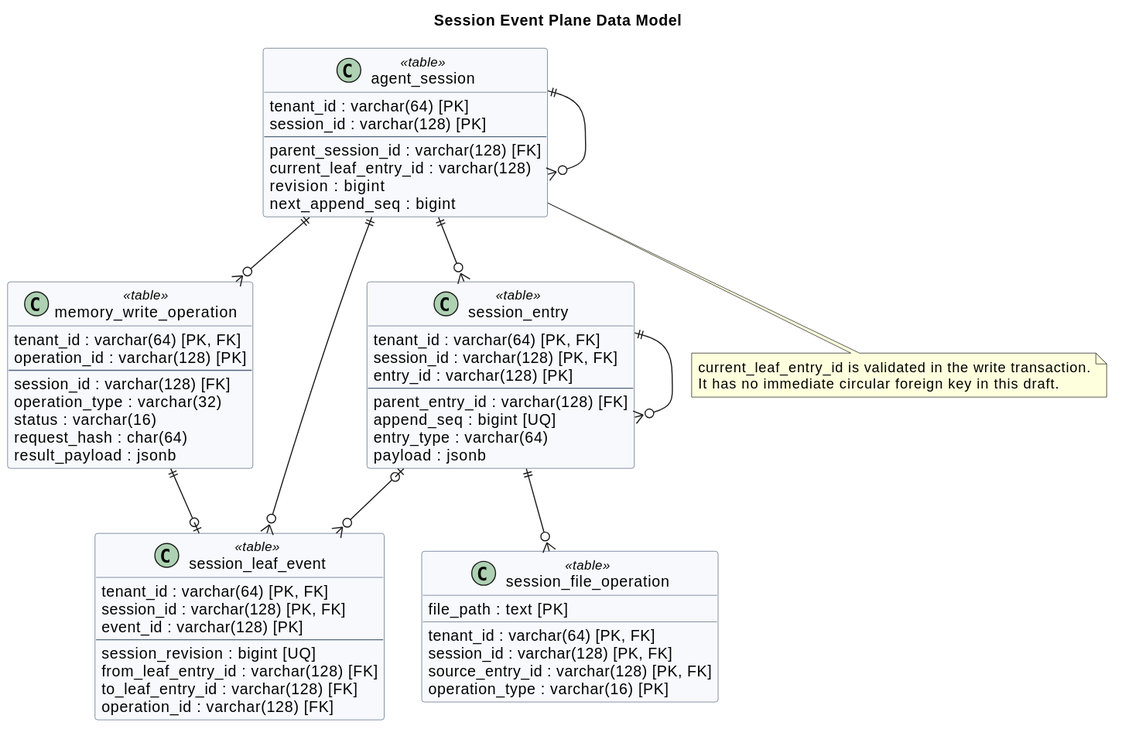
Earlier version of the PlantUML export diagrams/memory/memory-data-model.svg (superheromeZzh/pi-mono-java-design). Its diagram source:
```plantuml
@startuml
title Session Event Plane Data Model
top to bottom direction

skinparam backgroundColor #FFFFFF
skinparam shadowing false
skinparam classAttributeIconSize 0
skinparam classBorderColor #53657D
skinparam classBackgroundColor #F7F9FC


class "agent_session" as agent_session <<table>> {
  tenant_id : varchar(64) [PK]
  session_id : varchar(128) [PK]
  --
  parent_session_id : varchar(128) [FK]
  current_leaf_entry_id : varchar(128)
  revision : bigint
  next_append_seq : bigint
}

class "session_entry" as session_entry <<table>> {
  tenant_id : varchar(64) [PK, FK]
  session_id : varchar(128) [PK, FK]
  entry_id : varchar(128) [PK]
  --
  parent_entry_id : varchar(128) [FK]
  append_seq : bigint [UQ]
  entry_type : varchar(64)
  payload : jsonb
}

class "memory_write_operation" as memory_write_operation <<table>> {
  tenant_id : varchar(64) [PK, FK]
  operation_id : varchar(128) [PK]
  --
  session_id : varchar(128) [FK]
  operation_type : varchar(32)
  status : varchar(16)
  request_hash : char(64)
  result_payload : jsonb
}

class "session_leaf_event" as session_leaf_event <<table>> {
  tenant_id : varchar(64) [PK, FK]
  session_id : varchar(128) [PK, FK]
  event_id : varchar(128) [PK]
  --
  session_revision : bigint [UQ]
  from_leaf_entry_id : varchar(128) [FK]
  to_leaf_entry_id : varchar(128) [FK]
  operation_id : varchar(128) [FK]
}

class "session_file_operation" as session_file_operation <<table>> {
  tenant_id : varchar(64) [PK, FK]
  session_id : varchar(128) [PK, FK]
  source_entry_id : varchar(128) [PK, FK]
  operation_type : varchar(16) [PK]
  file_path : text [PK]
}

agent_session ||--o{ agent_session
agent_session ||--o{ session_entry
session_entry ||--o{ session_entry
agent_session ||--o{ memory_write_operation
agent_session ||--o{ session_leaf_event
memory_write_operation ||--o| session_leaf_event
session_entry ||--o{ session_file_operation
session_entry |o--o{ session_leaf_event

note bottom of agent_session
current_leaf_entry_id is validated in the write transaction.
It has no immediate circular foreign key in this draft.
end note
@enduml
```
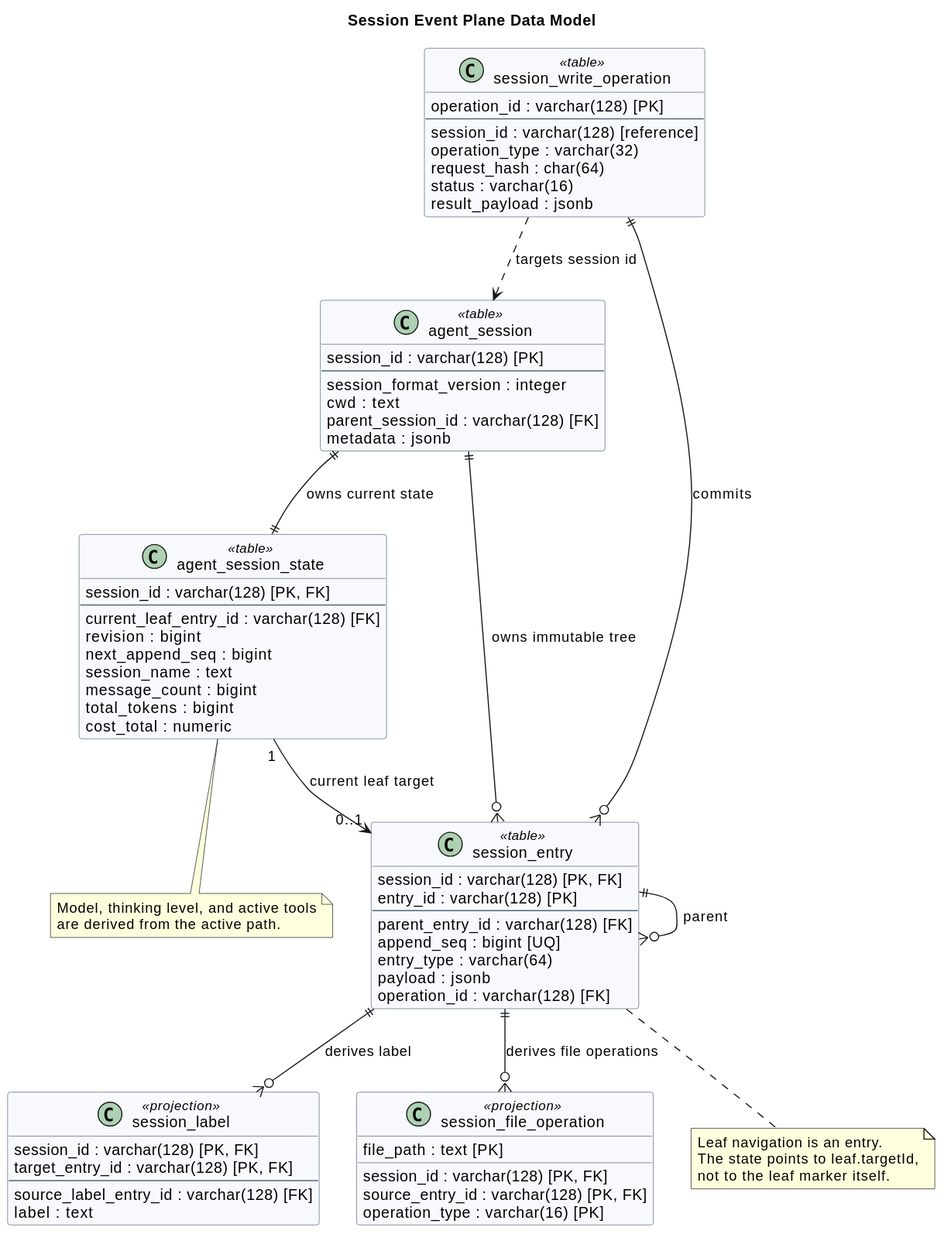
Later version of the same file.

Commit message:
docs(memory): redesign centralized GaussDB session memory

Change to the diagram source:
```diff
@@ -10,17 +10,27 @@
 
 
 class "agent_session" as agent_session <<table>> {
-  tenant_id : varchar(64) [PK]
   session_id : varchar(128) [PK]
   --
+  session_format_version : integer
+  cwd : text
   parent_session_id : varchar(128) [FK]
-  current_leaf_entry_id : varchar(128)
+  metadata : jsonb
+}
+
+class "agent_session_state" as session_state <<table>> {
+  session_id : varchar(128) [PK, FK]
+  --
+  current_leaf_entry_id : varchar(128) [FK]
   revision : bigint
   next_append_seq : bigint
+  session_name : text
+  message_count : bigint
+  total_tokens : bigint
+  cost_total : numeric
 }
 
 class "session_entry" as session_entry <<table>> {
-  tenant_id : varchar(64) [PK, FK]
   session_id : varchar(128) [PK, FK]
   entry_id : varchar(128) [PK]
   --
@@ -28,49 +38,51 @@
   append_seq : bigint [UQ]
   entry_type : varchar(64)
   payload : jsonb
+  operation_id : varchar(128) [FK]
 }
 
-class "memory_write_operation" as memory_write_operation <<table>> {
-  tenant_id : varchar(64) [PK, FK]
+class "session_write_operation" as write_operation <<table>> {
   operation_id : varchar(128) [PK]
   --
-  session_id : varchar(128) [FK]
+  session_id : varchar(128) [reference]
   operation_type : varchar(32)
+  request_hash : char(64)
   status : varchar(16)
-  request_hash : char(64)
   result_payload : jsonb
 }
 
-class "session_leaf_event" as session_leaf_event <<table>> {
-  tenant_id : varchar(64) [PK, FK]
+class "session_label" as session_label <<projection>> {
   session_id : varchar(128) [PK, FK]
-  event_id : varchar(128) [PK]
+  target_entry_id : varchar(128) [PK, FK]
   --
-  session_revision : bigint [UQ]
-  from_leaf_entry_id : varchar(128) [FK]
-  to_leaf_entry_id : varchar(128) [FK]
-  operation_id : varchar(128) [FK]
+  source_label_entry_id : varchar(128) [FK]
+  label : text
 }
 
-class "session_file_operation" as session_file_operation <<table>> {
-  tenant_id : varchar(64) [PK, FK]
+class "session_file_operation" as file_operation <<projection>> {
   session_id : varchar(128) [PK, FK]
   source_entry_id : varchar(128) [PK, FK]
   operation_type : varchar(16) [PK]
   file_path : text [PK]
 }
 
-agent_session ||--o{ agent_session
-agent_session ||--o{ session_entry
-session_entry ||--o{ session_entry
-agent_session ||--o{ memory_write_operation
-agent_session ||--o{ session_leaf_event
-memory_write_operation ||--o| session_leaf_event
-session_entry ||--o{ session_file_operation
-session_entry |o--o{ session_leaf_event
+agent_session ||--|| session_state : owns current state
+agent_session ||--o{ session_entry : owns immutable tree
+write_operation ..> agent_session : targets session id
+session_entry ||--o{ session_entry : parent
+write_operation ||--o{ session_entry : commits
+session_entry ||--o{ session_label : derives label
+session_entry ||--o{ file_operation : derives file operations
+session_state "1" --> "0..1" session_entry : current leaf target
 
-note bottom of agent_session
-current_leaf_entry_id is validated in the write transaction.
-It has no immediate circular foreign key in this draft.
+note bottom of session_entry
+Leaf navigation is an entry.
+The state points to leaf.targetId,
+not to the leaf marker itself.
+end note
+
+note bottom of session_state
+Model, thinking level, and active tools
+are derived from the active path.
 end note
 @enduml
```
